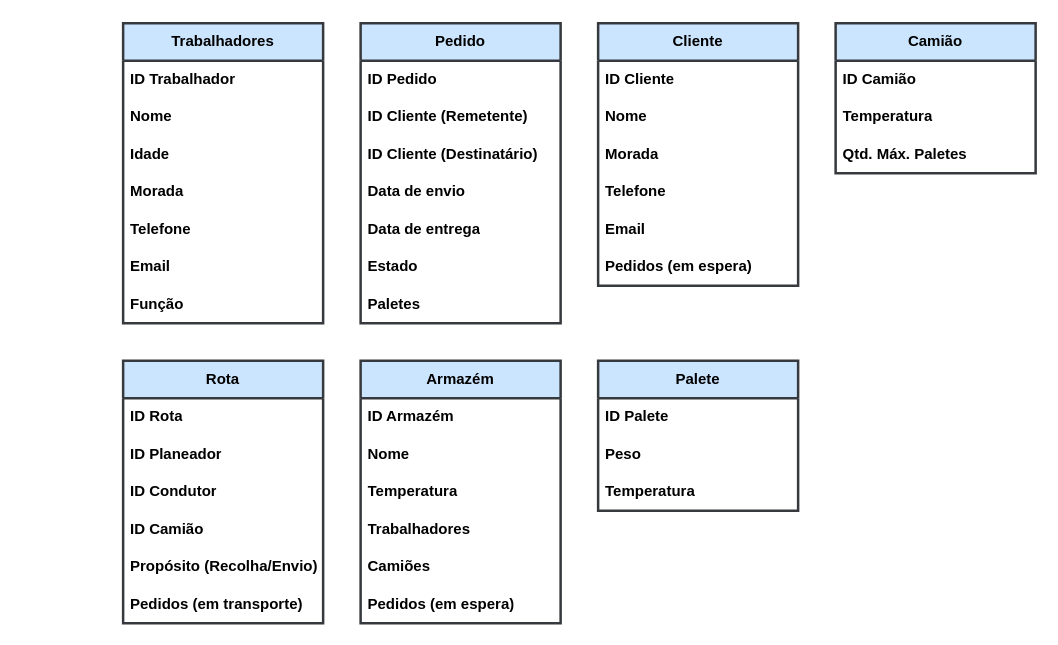
This is page "Conceito" (1 of 3) of Diagramas/diagramas.drawio from VicLourenco40/dwdm-sql-logistica, a draw.io file, before an edit. Source tidied: cells renumbered, new cells numbered last; positions are measured from the earlier drawing's top-left corner, leaving out a move shared by most shapes. Both pictures are drawn from the tidied source at 125%, with x=0, y=0 at pixel (122, 22).
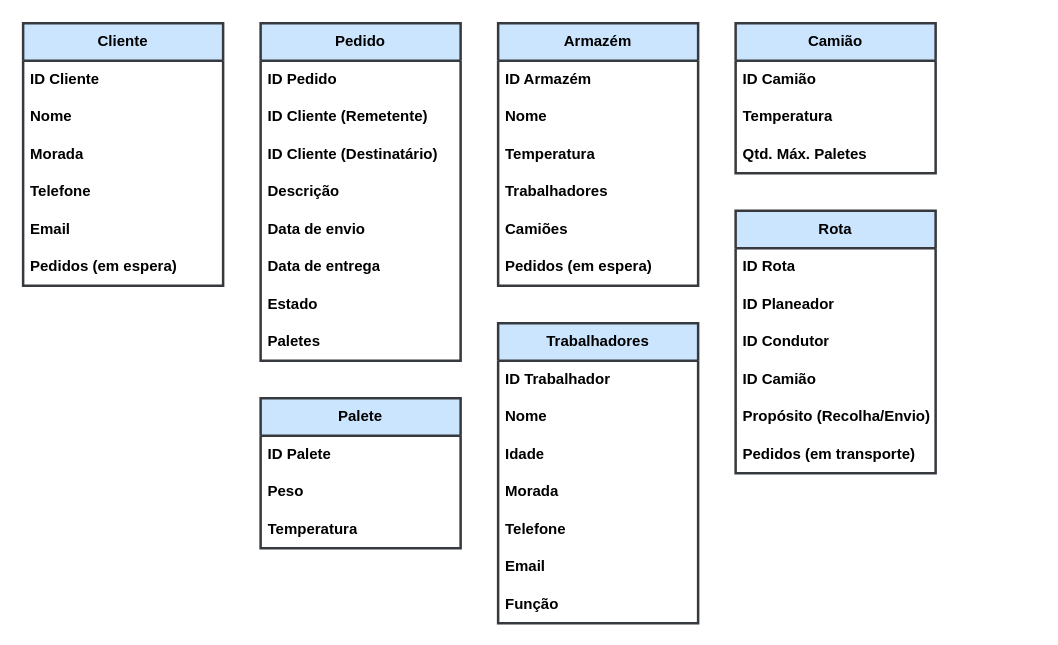
The same page after the edit.

Commit message (it also covers changes not shown here):
Adicionar descrição ao pedido

Change to the diagram source:
```diff
@@
     <mxCell id="2" value="Pedido" style="swimlane;fontStyle=1;horizontal=1;startSize=30;whiteSpace=wrap;html=1;strokeWidth=2;fillColor=#cce5ff;strokeColor=#36393d;swimlaneFillColor=default;" parent="1" vertex="1">
-      <mxGeometry x="190" width="160" height="240" as="geometry" />
+      <mxGeometry x="110" width="160" height="270" as="geometry" />
     </mxCell>
@@
+    <mxCell id="47" value="Descrição" style="text;align=left;verticalAlign=middle;spacingLeft=4;spacingRight=4;overflow=hidden;whiteSpace=wrap;html=1;strokeWidth=2;fontStyle=1;" parent="2" vertex="1">
+      <mxGeometry y="120" width="160" height="30" as="geometry" />
+    </mxCell>
     <mxCell id="6" value="Data de envio" style="text;align=left;verticalAlign=middle;spacingLeft=4;spacingRight=4;overflow=hidden;whiteSpace=wrap;html=1;strokeWidth=2;fontStyle=1;" parent="2" vertex="1">
-      <mxGeometry y="120" width="160" height="30" as="geometry" />
+      <mxGeometry y="150" width="160" height="30" as="geometry" />
     </mxCell>
     <mxCell id="7" value="Data de entrega" style="text;align=left;verticalAlign=middle;spacingLeft=4;spacingRight=4;overflow=hidden;whiteSpace=wrap;html=1;strokeWidth=2;fontStyle=1;" parent="2" vertex="1">
-      <mxGeometry y="150" width="160" height="30" as="geometry" />
+      <mxGeometry y="180" width="160" height="30" as="geometry" />
     </mxCell>
     <mxCell id="8" value="Estado" style="text;align=left;verticalAlign=middle;spacingLeft=4;spacingRight=4;overflow=hidden;whiteSpace=wrap;html=1;strokeWidth=2;fontStyle=1;" parent="2" vertex="1">
-      <mxGeometry y="180" width="160" height="30" as="geometry" />
+      <mxGeometry y="210" width="160" height="30" as="geometry" />
     </mxCell>
     <mxCell id="9" value="Paletes" style="text;align=left;verticalAlign=middle;spacingLeft=4;spacingRight=4;overflow=hidden;whiteSpace=wrap;html=1;strokeWidth=2;fontStyle=1;" parent="2" vertex="1">
-      <mxGeometry y="210" width="160" height="30" as="geometry" />
+      <mxGeometry y="240" width="160" height="30" as="geometry" />
     </mxCell>
     <mxCell id="10" value="Palete" style="swimlane;fontStyle=1;horizontal=1;startSize=30;whiteSpace=wrap;html=1;strokeWidth=2;fillColor=#cce5ff;strokeColor=#36393d;swimlaneFillColor=default;" parent="1" vertex="1">
-      <mxGeometry x="380" y="270" width="160" height="120" as="geometry" />
+      <mxGeometry x="110" y="300" width="160" height="120" as="geometry" />
     </mxCell>
@@
     <mxCell id="14" value="Camião" style="swimlane;fontStyle=1;horizontal=1;startSize=30;whiteSpace=wrap;html=1;strokeWidth=2;fillColor=#cce5ff;strokeColor=#36393d;swimlaneFillColor=default;" parent="1" vertex="1">
-      <mxGeometry x="570" width="160" height="120" as="geometry" />
+      <mxGeometry x="490" width="160" height="120" as="geometry" />
     </mxCell>
@@
     <mxCell id="18" value="Rota" style="swimlane;fontStyle=1;horizontal=1;startSize=30;whiteSpace=wrap;html=1;strokeWidth=2;fillColor=#cce5ff;strokeColor=#36393d;swimlaneFillColor=default;" parent="1" vertex="1">
-      <mxGeometry y="270" width="160" height="210" as="geometry" />
+      <mxGeometry x="490" y="150" width="160" height="210" as="geometry" />
     </mxCell>
@@
     <mxCell id="25" value="Cliente" style="swimlane;fontStyle=1;horizontal=1;startSize=30;whiteSpace=wrap;html=1;strokeWidth=2;fillColor=#cce5ff;strokeColor=#36393d;swimlaneFillColor=default;" parent="1" vertex="1">
-      <mxGeometry x="380" width="160" height="210" as="geometry" />
+      <mxGeometry x="-80" width="160" height="210" as="geometry" />
     </mxCell>
@@
     <mxCell id="32" value="Trabalhadores" style="swimlane;fontStyle=1;horizontal=1;startSize=30;whiteSpace=wrap;html=1;strokeWidth=2;fillColor=#cce5ff;strokeColor=#36393d;gradientColor=none;swimlaneFillColor=default;" parent="1" vertex="1">
-      <mxGeometry width="160" height="240" as="geometry" />
+      <mxGeometry x="300" y="240" width="160" height="240" as="geometry" />
     </mxCell>
@@
     <mxCell id="40" value="Armazém" style="swimlane;fontStyle=1;horizontal=1;startSize=30;whiteSpace=wrap;html=1;strokeWidth=2;fillColor=#cce5ff;strokeColor=#36393d;swimlaneFillColor=default;" parent="1" vertex="1">
-      <mxGeometry x="190" y="270" width="160" height="210" as="geometry" />
+      <mxGeometry x="300" width="160" height="210" as="geometry" />
     </mxCell>
```
